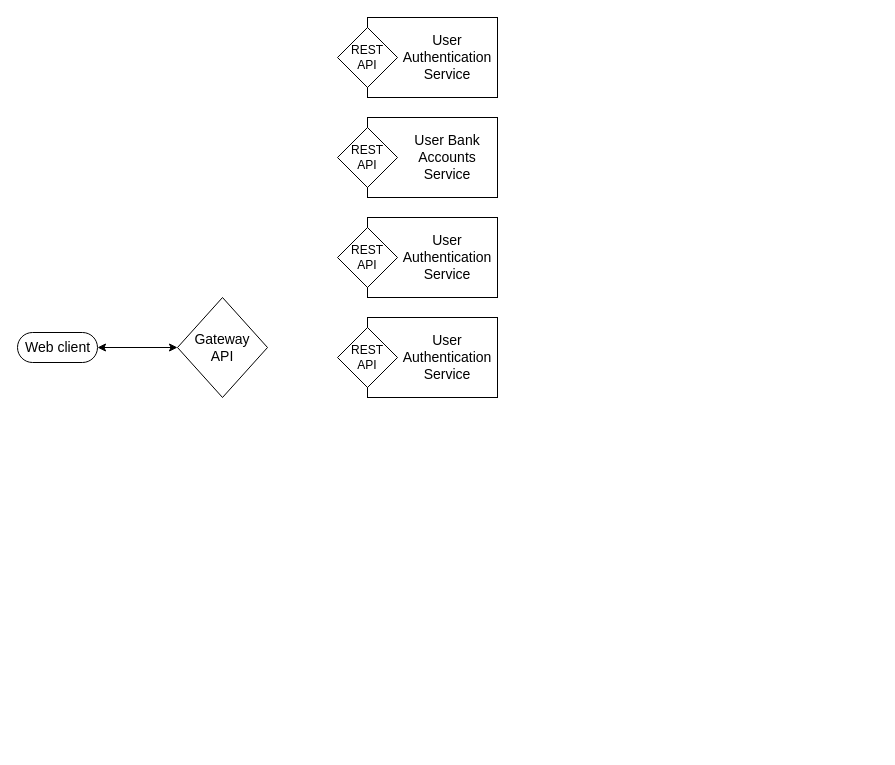
cheese-drawer/meta keeps this draw.io diagram as MVP_design.drawio. Above is the earlier version. Source tidied: cells renumbered, new cells numbered last; positions are measured from the earlier drawing's top-left corner, leaving out a move shared by most shapes. Both pictures are drawn from the tidied source at 100%, with x=0, y=0 at pixel (17, 17).
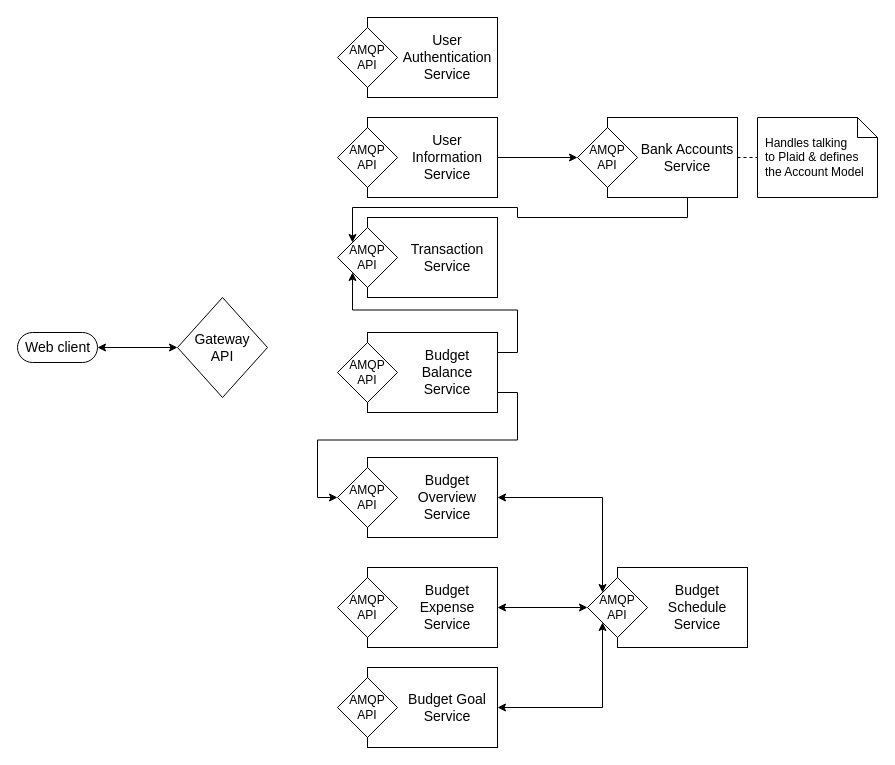
The same page after the edit.

Commit message:
Map relationships between services

The change refers to these unchanged cells:
```xml
<mxCell id="5" style="group;" parent="1" vertex="1">
  <mxGeometry x="320" width="160" height="80" as="geometry" />
</mxCell>
<mxCell id="9" style="group;" parent="1" vertex="1">
  <mxGeometry x="320" y="100" width="160" height="80" as="geometry" />
</mxCell>
```

Change to the diagram source:
```diff
@@
-    <mxCell id="7" value="&lt;div&gt;REST&lt;/div&gt;&lt;div&gt;API&lt;/div&gt;" style="shape=rhombus;html=1;dashed=0;whitespace=wrap;perimeter=rhombusPerimeter;whiteSpace=wrap;fontSize=12;" parent="5" vertex="1">
+    <mxCell id="7" value="&lt;div&gt;AMQP &lt;br&gt;&lt;/div&gt;&lt;div&gt;API&lt;/div&gt;" style="shape=rhombus;html=1;dashed=0;whitespace=wrap;perimeter=rhombusPerimeter;whiteSpace=wrap;fontSize=12;" parent="5" vertex="1">
       <mxGeometry y="10" width="60" height="60" as="geometry" />
     </mxCell>
@@
-    <mxCell id="11" value="&lt;div&gt;REST&lt;/div&gt;&lt;div&gt;API&lt;/div&gt;" style="shape=rhombus;html=1;dashed=0;whitespace=wrap;perimeter=rhombusPerimeter;whiteSpace=wrap;fontSize=12;" parent="9" vertex="1">
+    <mxCell id="11" value="&lt;div&gt;AMQP &lt;br&gt;&lt;/div&gt;&lt;div&gt;API&lt;/div&gt;" style="shape=rhombus;html=1;dashed=0;whitespace=wrap;perimeter=rhombusPerimeter;whiteSpace=wrap;fontSize=12;" parent="9" vertex="1">
       <mxGeometry y="10" width="60" height="60" as="geometry" />
     </mxCell>
-    <mxCell id="12" value="User Bank Accounts Service" style="text;html=1;strokeColor=none;fillColor=none;align=center;verticalAlign=middle;whiteSpace=wrap;rounded=0;dashed=1;fontSize=14;" parent="9" vertex="1">
+    <mxCell id="12" value="User Information Service" style="text;html=1;strokeColor=none;fillColor=none;align=center;verticalAlign=middle;whiteSpace=wrap;rounded=0;dashed=1;fontSize=14;" parent="9" vertex="1">
       <mxGeometry x="60" width="100" height="80" as="geometry" />
     </mxCell>
     <mxCell id="13" style="group;" parent="1" vertex="1">
-      <mxGeometry x="320" y="200" width="160" height="80" as="geometry" />
+      <mxGeometry x="560" y="100" width="160" height="80" as="geometry" />
     </mxCell>
@@
-    <mxCell id="15" value="&lt;div&gt;REST&lt;/div&gt;&lt;div&gt;API&lt;/div&gt;" style="shape=rhombus;html=1;dashed=0;whitespace=wrap;perimeter=rhombusPerimeter;whiteSpace=wrap;fontSize=12;" parent="13" vertex="1">
+    <mxCell id="15" value="&lt;div&gt;AMQP &lt;br&gt;&lt;/div&gt;&lt;div&gt;API&lt;/div&gt;" style="shape=rhombus;html=1;dashed=0;whitespace=wrap;perimeter=rhombusPerimeter;whiteSpace=wrap;fontSize=12;" parent="13" vertex="1">
       <mxGeometry y="10" width="60" height="60" as="geometry" />
     </mxCell>
-    <mxCell id="16" value="User Authentication Service" style="text;html=1;strokeColor=none;fillColor=none;align=center;verticalAlign=middle;whiteSpace=wrap;rounded=0;dashed=1;fontSize=14;" parent="13" vertex="1">
+    <mxCell id="16" value="Bank Accounts Service" style="text;html=1;strokeColor=none;fillColor=none;align=center;verticalAlign=middle;whiteSpace=wrap;rounded=0;dashed=1;fontSize=14;" parent="13" vertex="1">
       <mxGeometry x="60" width="100" height="80" as="geometry" />
     </mxCell>
     <mxCell id="17" style="group;" parent="1" vertex="1">
-      <mxGeometry x="320" y="300" width="160" height="80" as="geometry" />
+      <mxGeometry x="320" y="200" width="160" height="80" as="geometry" />
     </mxCell>
@@
-    <mxCell id="19" value="&lt;div&gt;REST&lt;/div&gt;&lt;div&gt;API&lt;/div&gt;" style="shape=rhombus;html=1;dashed=0;whitespace=wrap;perimeter=rhombusPerimeter;whiteSpace=wrap;fontSize=12;" parent="17" vertex="1">
+    <mxCell id="19" value="&lt;div&gt;AMQP &lt;br&gt;&lt;/div&gt;&lt;div&gt;API&lt;/div&gt;" style="shape=rhombus;html=1;dashed=0;whitespace=wrap;perimeter=rhombusPerimeter;whiteSpace=wrap;fontSize=12;" parent="17" vertex="1">
       <mxGeometry y="10" width="60" height="60" as="geometry" />
     </mxCell>
-    <mxCell id="20" value="User Authentication Service" style="text;html=1;strokeColor=none;fillColor=none;align=center;verticalAlign=middle;whiteSpace=wrap;rounded=0;dashed=1;fontSize=14;" parent="17" vertex="1">
+    <mxCell id="20" value="Transaction Service" style="text;html=1;strokeColor=none;fillColor=none;align=center;verticalAlign=middle;whiteSpace=wrap;rounded=0;dashed=1;fontSize=14;" parent="17" vertex="1">
       <mxGeometry x="60" width="100" height="80" as="geometry" />
     </mxCell>
+    <mxCell id="21" value="&lt;div&gt;Handles talking &lt;br&gt;&lt;/div&gt;&lt;div&gt;to Plaid &amp;amp; defines the Account Model&lt;/div&gt;" style="shape=note;size=20;whiteSpace=wrap;html=1;align=left;spacing=8;" parent="1" vertex="1">
+      <mxGeometry x="740" y="100" width="120" height="80" as="geometry" />
+    </mxCell>
+    <mxCell id="22" style="endArrow=none;dashed=1;html=1;entryX=0;entryY=0.5;entryDx=0;entryDy=0;entryPerimeter=0;" parent="1" edge="1" source="16" target="21">
+      <mxGeometry relative="1" as="geometry" />
+    </mxCell>
+    <mxCell id="23" style="group;" parent="1" vertex="1">
+      <mxGeometry x="570" y="550" width="160" height="80" as="geometry" />
+    </mxCell>
+    <mxCell id="24" style="html=1;dashed=0;whitespace=wrap;whiteSpace=wrap;" parent="23" vertex="1">
+      <mxGeometry x="30" width="130" height="80" as="geometry" />
+    </mxCell>
+    <mxCell id="25" value="&lt;div&gt;AMQP &lt;br&gt;&lt;/div&gt;&lt;div&gt;API&lt;/div&gt;" style="shape=rhombus;html=1;dashed=0;whitespace=wrap;perimeter=rhombusPerimeter;whiteSpace=wrap;fontSize=12;" parent="23" vertex="1">
+      <mxGeometry y="10" width="60" height="60" as="geometry" />
+    </mxCell>
+    <mxCell id="26" value="Budget Schedule Service" style="text;html=1;strokeColor=none;fillColor=none;align=center;verticalAlign=middle;whiteSpace=wrap;rounded=0;dashed=1;fontSize=14;" parent="23" vertex="1">
+      <mxGeometry x="60" width="100" height="80" as="geometry" />
+    </mxCell>
+    <mxCell id="27" style="group;" parent="1" vertex="1">
+      <mxGeometry x="320" y="550" width="160" height="80" as="geometry" />
+    </mxCell>
+    <mxCell id="28" style="html=1;dashed=0;whitespace=wrap;whiteSpace=wrap;" parent="27" vertex="1">
+      <mxGeometry x="30" width="130" height="80" as="geometry" />
+    </mxCell>
+    <mxCell id="29" value="&lt;div&gt;AMQP &lt;br&gt;&lt;/div&gt;&lt;div&gt;API&lt;/div&gt;" style="shape=rhombus;html=1;dashed=0;whitespace=wrap;perimeter=rhombusPerimeter;whiteSpace=wrap;fontSize=12;" parent="27" vertex="1">
+      <mxGeometry y="10" width="60" height="60" as="geometry" />
+    </mxCell>
+    <mxCell id="30" value="Budget Expense Service" style="text;html=1;strokeColor=none;fillColor=none;align=center;verticalAlign=middle;whiteSpace=wrap;rounded=0;dashed=1;fontSize=14;" parent="27" vertex="1">
+      <mxGeometry x="60" width="100" height="80" as="geometry" />
+    </mxCell>
+    <mxCell id="31" style="group;" parent="1" vertex="1">
+      <mxGeometry x="320" y="650" width="160" height="80" as="geometry" />
+    </mxCell>
+    <mxCell id="32" style="html=1;dashed=0;whitespace=wrap;whiteSpace=wrap;" parent="31" vertex="1">
+      <mxGeometry x="30" width="130" height="80" as="geometry" />
+    </mxCell>
+    <mxCell id="33" value="&lt;div&gt;AMQP &lt;br&gt;&lt;/div&gt;&lt;div&gt;API&lt;/div&gt;" style="shape=rhombus;html=1;dashed=0;whitespace=wrap;perimeter=rhombusPerimeter;whiteSpace=wrap;fontSize=12;" parent="31" vertex="1">
+      <mxGeometry y="10" width="60" height="60" as="geometry" />
+    </mxCell>
+    <mxCell id="34" value="Budget Goal Service" style="text;html=1;strokeColor=none;fillColor=none;align=center;verticalAlign=middle;whiteSpace=wrap;rounded=0;dashed=1;fontSize=14;" parent="31" vertex="1">
+      <mxGeometry x="60" width="100" height="80" as="geometry" />
+    </mxCell>
+    <mxCell id="35" style="group;" parent="1" vertex="1">
+      <mxGeometry x="320" y="315" width="160" height="80" as="geometry" />
+    </mxCell>
+    <mxCell id="36" style="html=1;dashed=0;whitespace=wrap;whiteSpace=wrap;" parent="35" vertex="1">
+      <mxGeometry x="30" width="130" height="80" as="geometry" />
+    </mxCell>
+    <mxCell id="37" value="&lt;div&gt;AMQP &lt;br&gt;&lt;/div&gt;&lt;div&gt;API&lt;/div&gt;" style="shape=rhombus;html=1;dashed=0;whitespace=wrap;perimeter=rhombusPerimeter;whiteSpace=wrap;fontSize=12;" parent="35" vertex="1">
+      <mxGeometry y="10" width="60" height="60" as="geometry" />
+    </mxCell>
+    <mxCell id="38" value="Budget Balance Service" style="text;html=1;strokeColor=none;fillColor=none;align=center;verticalAlign=middle;whiteSpace=wrap;rounded=0;dashed=1;fontSize=14;" parent="35" vertex="1">
+      <mxGeometry x="60" width="100" height="80" as="geometry" />
+    </mxCell>
+    <mxCell id="39" style="group;" parent="1" vertex="1">
+      <mxGeometry x="320" y="440" width="160" height="80" as="geometry" />
+    </mxCell>
+    <mxCell id="40" style="html=1;dashed=0;whitespace=wrap;whiteSpace=wrap;" parent="39" vertex="1">
+      <mxGeometry x="30" width="130" height="80" as="geometry" />
+    </mxCell>
+    <mxCell id="41" value="&lt;div&gt;AMQP &lt;br&gt;&lt;/div&gt;&lt;div&gt;API&lt;/div&gt;" style="shape=rhombus;html=1;dashed=0;whitespace=wrap;perimeter=rhombusPerimeter;whiteSpace=wrap;fontSize=12;" parent="39" vertex="1">
+      <mxGeometry y="10" width="60" height="60" as="geometry" />
+    </mxCell>
+    <mxCell id="42" value="Budget Overview Service" style="text;html=1;strokeColor=none;fillColor=none;align=center;verticalAlign=middle;whiteSpace=wrap;rounded=0;dashed=1;fontSize=14;" parent="39" vertex="1">
+      <mxGeometry x="60" width="100" height="80" as="geometry" />
+    </mxCell>
+    <mxCell id="43" style="edgeStyle=orthogonalEdgeStyle;rounded=0;jettySize=auto;html=1;exitX=1;exitY=0.5;exitDx=0;exitDy=0;entryX=0;entryY=0;entryDx=0;entryDy=0;startArrow=classic;startFill=1;" parent="1" edge="1" source="42" target="25">
+      <mxGeometry relative="1" as="geometry" />
+    </mxCell>
+    <mxCell id="44" style="edgeStyle=orthogonalEdgeStyle;rounded=0;jettySize=auto;html=1;exitX=1;exitY=0.5;exitDx=0;exitDy=0;entryX=0;entryY=0.5;entryDx=0;entryDy=0;startArrow=classic;startFill=1;" parent="1" edge="1" source="30" target="25">
+      <mxGeometry relative="1" as="geometry" />
+    </mxCell>
+    <mxCell id="45" style="edgeStyle=orthogonalEdgeStyle;rounded=0;jettySize=auto;html=1;exitX=1;exitY=0.5;exitDx=0;exitDy=0;entryX=0;entryY=1;entryDx=0;entryDy=0;startArrow=classic;startFill=1;" parent="1" edge="1" source="34" target="25">
+      <mxGeometry relative="1" as="geometry" />
+    </mxCell>
+    <mxCell id="46" style="edgeStyle=orthogonalEdgeStyle;rounded=0;jettySize=auto;html=1;exitX=1;exitY=0.75;exitDx=0;exitDy=0;entryX=0;entryY=0.5;entryDx=0;entryDy=0;" parent="1" edge="1" source="38" target="41">
+      <mxGeometry relative="1" as="geometry" />
+    </mxCell>
+    <mxCell id="47" style="edgeStyle=orthogonalEdgeStyle;rounded=0;jettySize=auto;html=1;exitX=1;exitY=0.25;exitDx=0;exitDy=0;entryX=0;entryY=1;entryDx=0;entryDy=0;" parent="1" edge="1" source="38" target="19">
+      <mxGeometry relative="1" as="geometry" />
+    </mxCell>
+    <mxCell id="48" style="edgeStyle=orthogonalEdgeStyle;rounded=0;jettySize=auto;html=1;exitX=0.5;exitY=1;exitDx=0;exitDy=0;entryX=0;entryY=0;entryDx=0;entryDy=0;" parent="1" edge="1" source="16" target="19">
+      <mxGeometry relative="1" as="geometry" />
+    </mxCell>
+    <mxCell id="49" style="edgeStyle=orthogonalEdgeStyle;rounded=0;jettySize=auto;html=1;exitX=1;exitY=0.5;exitDx=0;exitDy=0;entryX=0;entryY=0.5;entryDx=0;entryDy=0;" parent="1" edge="1" source="12" target="15">
+      <mxGeometry relative="1" as="geometry" />
+    </mxCell>
```
